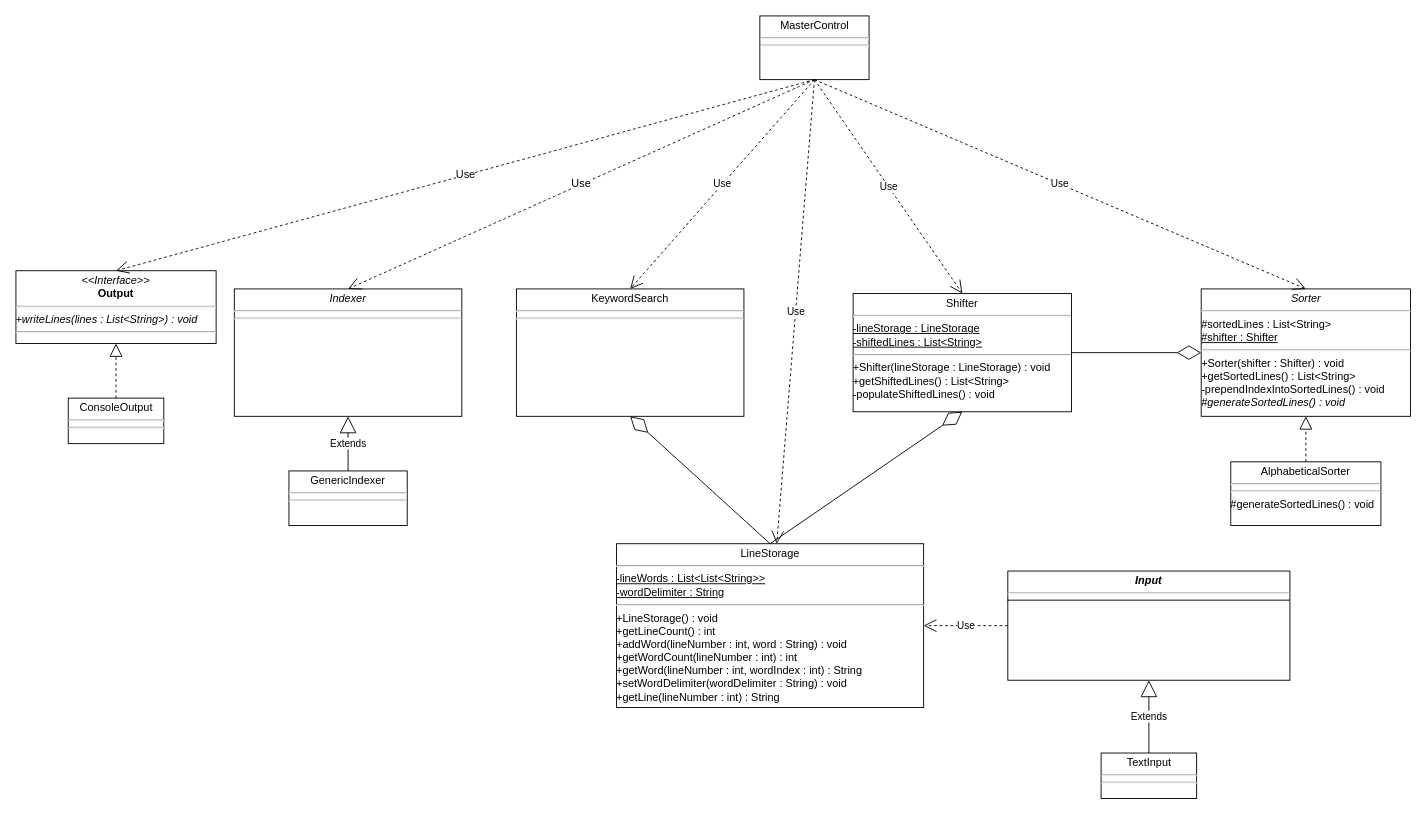
Before: Homework/Homework 1/SE 311 Homework 1 UML.drawio in dragon5201111/Drexel-University-SE-311-Software-Architecture-II, a draw.io diagram. Source tidied: cells renumbered, new cells numbered last; positions are measured from the earlier drawing's top-left corner, leaving out a move shared by most shapes. Both pictures are drawn from the tidied source at 91%, with x=0, y=0 at pixel (15, 15).
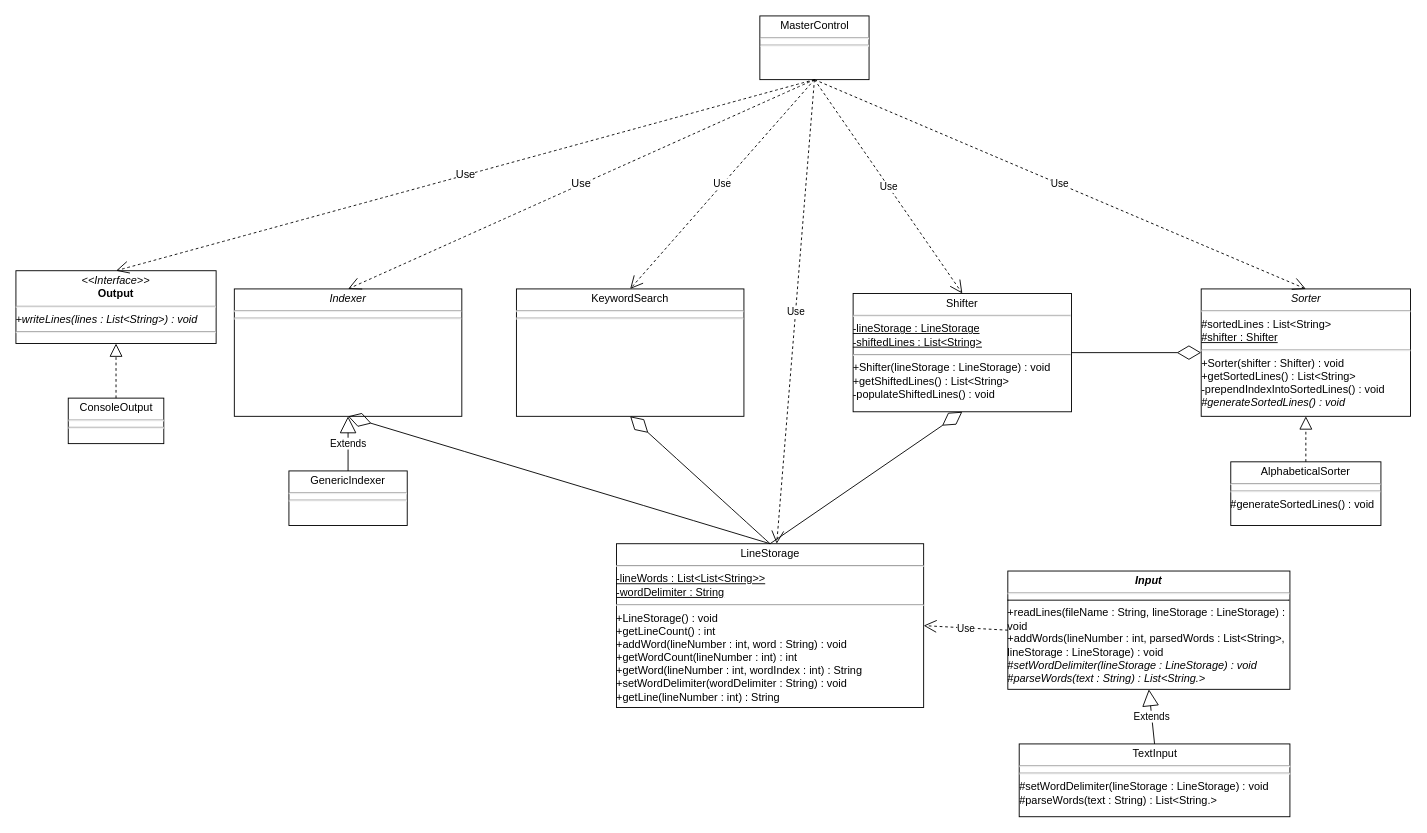
After the change.

Unchanged cells that the change refers to:
```xml
<mxCell id="11" value="&lt;p style=&quot;margin:0px;margin-top:4px;text-align:center;&quot;&gt;LineStorage&lt;/p&gt;&lt;hr&gt;&lt;u&gt;-lineWords : List&amp;lt;List&amp;lt;String&amp;gt;&amp;gt;&lt;/u&gt;&lt;div&gt;&lt;u&gt;-wordDelimiter : String&lt;/u&gt;&lt;br&gt;&lt;hr&gt;+LineStorage() : void&lt;/div&gt;&lt;div&gt;+getLineCount() : int&lt;/div&gt;&lt;div&gt;+addWord(lineNumber : int, word : String) : void&lt;/div&gt;&lt;div&gt;+getWordCount(lineNumber : int) : int&lt;/div&gt;&lt;div&gt;+getWord(lineNumber : int, wordIndex : int) : String&lt;/div&gt;&lt;div&gt;+setWordDelimiter(wordDelimiter : String) : void&lt;/div&gt;&lt;div&gt;+getLine(lineNumber : int) : String&lt;/div&gt;" style="verticalAlign=top;align=left;overflow=fill;html=1;whiteSpace=wrap;" parent="1" vertex="1">
  <mxGeometry x="660" y="580" width="337.5" height="180" as="geometry" />
</mxCell>
<mxCell id="14" value="&lt;p style=&quot;margin:0px;margin-top:4px;text-align:center;&quot;&gt;&lt;i style=&quot;&quot;&gt;Indexer&lt;/i&gt;&lt;/p&gt;&lt;div&gt;&lt;hr&gt;&lt;hr&gt;&lt;/div&gt;" style="verticalAlign=top;align=left;overflow=fill;html=1;whiteSpace=wrap;" parent="1" vertex="1">
  <mxGeometry x="240" y="300" width="250" height="140" as="geometry" />
</mxCell>
```

Change to the diagram source:
```diff
@@
-    <mxCell id="2" value="&lt;p style=&quot;margin:0px;margin-top:4px;text-align:center;&quot;&gt;&lt;b&gt;&lt;i&gt;Input&lt;/i&gt;&lt;/b&gt;&lt;/p&gt;&lt;hr&gt;&lt;hr size=&quot;1&quot; style=&quot;border-style:solid;&quot;&gt;&lt;div&gt;&lt;br&gt;&lt;/div&gt;&lt;div&gt;&lt;div&gt;&lt;br&gt;&lt;/div&gt;&lt;/div&gt;" style="verticalAlign=top;align=left;overflow=fill;html=1;whiteSpace=wrap;" parent="1" vertex="1">
-      <mxGeometry x="1090" y="610" width="310" height="120" as="geometry" />
+    <mxCell id="2" value="&lt;p style=&quot;margin:0px;margin-top:4px;text-align:center;&quot;&gt;&lt;b&gt;&lt;i&gt;Input&lt;/i&gt;&lt;/b&gt;&lt;/p&gt;&lt;hr&gt;&lt;hr size=&quot;1&quot; style=&quot;border-style:solid;&quot;&gt;+readLines(fileName : String, lineStorage : LineStorage) : void&lt;div&gt;+addWords(lineNumber : int, parsedWords : List&amp;lt;String&amp;gt;, lineStorage : LineStorage) : void&lt;/div&gt;&lt;div&gt;&lt;i&gt;#setWordDelimiter(lineStorage : LineStorage) : void&lt;/i&gt;&lt;/div&gt;&lt;div&gt;&lt;i&gt;#parseWords(text : String) : List&amp;lt;String.&amp;gt;&lt;/i&gt;&lt;/div&gt;&lt;div&gt;&lt;br&gt;&lt;div&gt;&lt;br&gt;&lt;/div&gt;&lt;div&gt;&lt;br&gt;&lt;/div&gt;&lt;/div&gt;" style="verticalAlign=top;align=left;overflow=fill;html=1;whiteSpace=wrap;" parent="1" vertex="1">
+      <mxGeometry x="1090" y="610" width="310" height="130" as="geometry" />
     </mxCell>
@@
-    <mxCell id="4" value="&lt;p style=&quot;margin:0px;margin-top:4px;text-align:center;&quot;&gt;TextInput&lt;/p&gt;&lt;hr&gt;&lt;hr&gt;" style="verticalAlign=top;align=left;overflow=fill;html=1;whiteSpace=wrap;" parent="1" vertex="1">
-      <mxGeometry x="1192.5" y="810" width="105" height="50" as="geometry" />
+    <mxCell id="4" value="&lt;p style=&quot;margin:0px;margin-top:4px;text-align:center;&quot;&gt;TextInput&lt;/p&gt;&lt;hr&gt;&lt;hr&gt;&lt;div&gt;#setWordDelimiter(lineStorage : LineStorage) : void&lt;/div&gt;&lt;div&gt;#parseWords(text : String) : List&amp;lt;String.&amp;gt;&lt;/div&gt;" style="verticalAlign=top;align=left;overflow=fill;html=1;whiteSpace=wrap;" parent="1" vertex="1">
+      <mxGeometry x="1102.5" y="800" width="297.5" height="80" as="geometry" />
     </mxCell>
@@
+    <mxCell id="29" style="endArrow=diamondThin;endFill=0;endSize=24;html=1;rounded=0;fontSize=12;curved=1;entryX=0.5;entryY=1;entryDx=0;entryDy=0;exitX=0.5;exitY=0;exitDx=0;exitDy=0;" parent="1" edge="1" source="11" target="14">
+      <mxGeometry relative="1" as="geometry" />
+    </mxCell>
```
